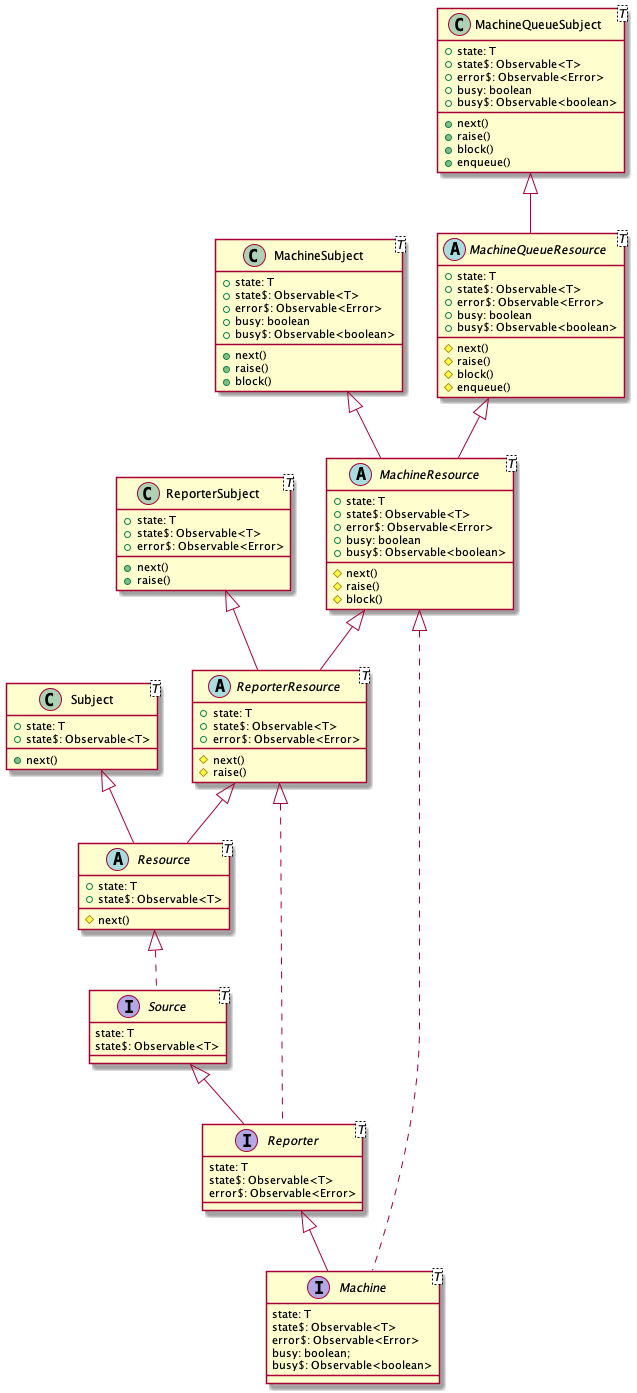
The PlantUML diagram assets/diagram.png in rafamel/komtrol, before a commit.
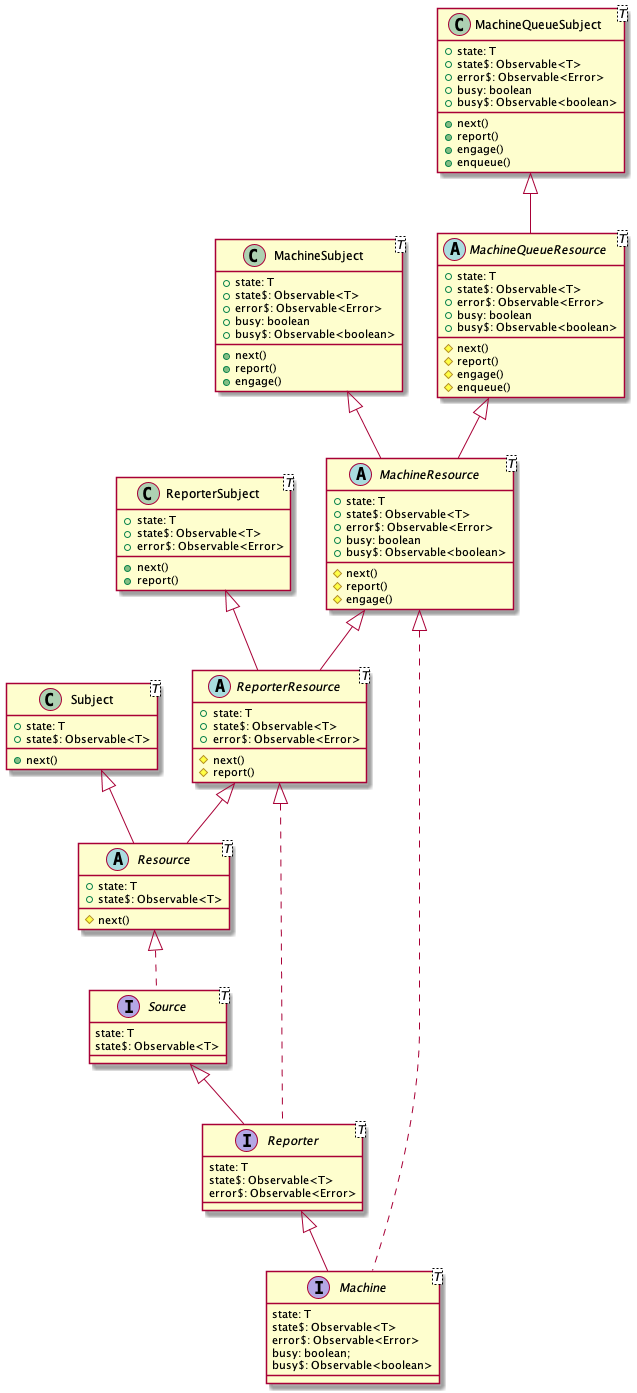
After the change.

Commit message:
refactor(sources): renames methods: raise to report, block to engage

Change to the diagram source:
```diff
@@ -42,7 +42,7 @@
   +state$: Observable<T>
   +error$: Observable<Error>
   #next()
-  #raise()
+  #report()
 }
 
 ReporterSubject <|-- ReporterResource
@@ -51,7 +51,7 @@
   +state$: Observable<T>
   +error$: Observable<Error>
   +next()
-  +raise()
+  +report()
 }
 
 MachineResource <|.. Machine
@@ -63,8 +63,8 @@
   +busy: boolean
   +busy$: Observable<boolean>
   #next()
-  #raise()
-  #block()
+  #report()
+  #engage()
 }
 
 MachineSubject <|-- MachineResource
@@ -75,8 +75,8 @@
   +busy: boolean
   +busy$: Observable<boolean>
   +next()
-  +raise()
-  +block()
+  +report()
+  +engage()
 }
 
 MachineQueueResource <|-- MachineResource
@@ -87,8 +87,8 @@
   +busy: boolean
   +busy$: Observable<boolean>
   #next()
-  #raise()
-  #block()
+  #report()
+  #engage()
   #enqueue()
 }
 
@@ -100,8 +100,8 @@
   +busy: boolean
   +busy$: Observable<boolean>
   +next()
-  +raise()
-  +block()
+  +report()
+  +engage()
   +enqueue()
 }
 
```
